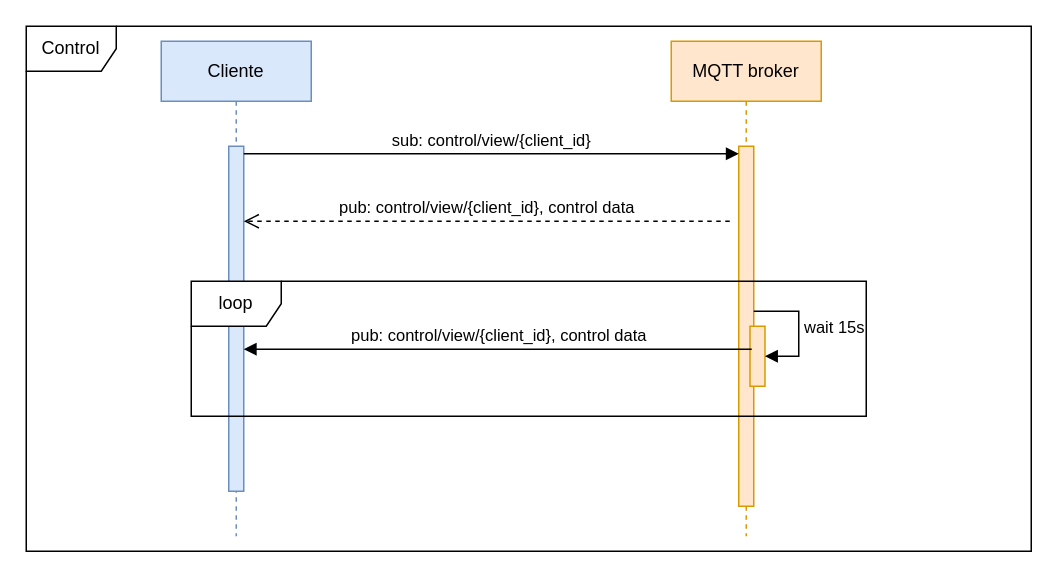
Above: docs/diagramas/secuencia/secuencia-control-view.drawio in diegojrl/TFG (draw.io), before the change. Source tidied: cells renumbered, new cells numbered last; positions are measured from the earlier drawing's top-left corner, leaving out a move shared by most shapes. Both pictures are drawn from the tidied source at 150%, with x=0, y=0 at pixel (26, 26).
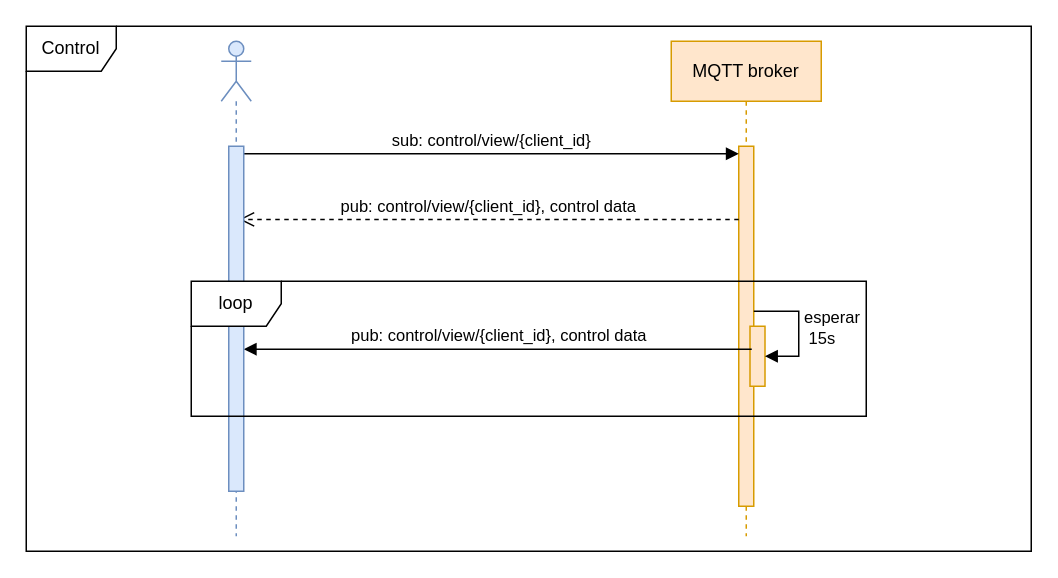
Above is the later version.

Diff of the diagram source:
```diff
@@
 <mxGraphModel>
   <root>
     <mxCell id="0" />
     <mxCell id="1" parent="0" />
-    <mxCell id="2" value="Cliente" style="shape=umlLifeline;perimeter=lifelinePerimeter;whiteSpace=wrap;html=1;newEdgeStyle={&quot;curved&quot;:0,&quot;rounded&quot;:0};fillColor=#dae8fc;strokeColor=#6c8ebf;" parent="1" vertex="1">
-      <mxGeometry x="90" y="10" width="100" height="330" as="geometry" />
-    </mxCell>
-    <mxCell id="3" style="html=1;points=[[0,0,0,0,5],[0,1,0,0,-5],[1,0,0,0,5],[1,1,0,0,-5]];perimeter=orthogonalPerimeter;outlineConnect=0;targetShapes=umlLifeline;portConstraint=eastwest;newEdgeStyle={&quot;curved&quot;:0,&quot;rounded&quot;:0};fillColor=#dae8fc;strokeColor=#6c8ebf;" parent="2" vertex="1">
-      <mxGeometry x="45" y="70" width="10" height="230" as="geometry" />
-    </mxCell>
     <mxCell id="4" value="MQTT broker" style="shape=umlLifeline;perimeter=lifelinePerimeter;whiteSpace=wrap;html=1;newEdgeStyle={&quot;curved&quot;:0,&quot;rounded&quot;:0};fillColor=#ffe6cc;strokeColor=#d79b00;" parent="1" vertex="1">
       <mxGeometry x="430" y="10" width="100" height="330" as="geometry" />
     </mxCell>
     <mxCell id="5" style="html=1;points=[[0,0,0,0,5],[0,1,0,0,-5],[1,0,0,0,5],[1,1,0,0,-5]];perimeter=orthogonalPerimeter;outlineConnect=0;targetShapes=umlLifeline;portConstraint=eastwest;newEdgeStyle={&quot;curved&quot;:0,&quot;rounded&quot;:0};fillColor=#ffe6cc;strokeColor=#d79b00;" parent="4" vertex="1">
       <mxGeometry x="45" y="70" width="10" height="240" as="geometry" />
     </mxCell>
     <mxCell id="6" value="sub: control/view/{client_id}" style="html=1;verticalAlign=bottom;endArrow=block;curved=0;rounded=0;entryX=0;entryY=0;entryDx=0;entryDy=5;" parent="1" edge="1" source="3" target="5">
       <mxGeometry relative="1" as="geometry" />
     </mxCell>
     <mxCell id="7" value="Control" style="shape=umlFrame;whiteSpace=wrap;html=1;" parent="1" vertex="1">
       <mxGeometry width="670" height="350" as="geometry" />
     </mxCell>
-    <mxCell id="8" value="pub: control/view/{client_id}, control data" style="html=1;verticalAlign=bottom;endArrow=open;dashed=1;endSize=8;curved=0;rounded=0;" parent="1" edge="1">
-      <mxGeometry relative="1" as="geometry">
-        <mxPoint x="469" y="130" as="sourcePoint" />
-        <mxPoint x="145" y="130" as="targetPoint" />
-      </mxGeometry>
+    <mxCell id="8" value="pub: control/view/{client_id}, control data" style="html=1;verticalAlign=bottom;endArrow=open;dashed=1;endSize=8;curved=0;rounded=0;entryX=0.686;entryY=0.212;entryDx=0;entryDy=0;entryPerimeter=0;" parent="1" edge="1" source="5" target="3">
+      <mxGeometry relative="1" as="geometry" />
     </mxCell>
-    <mxCell id="9" value="loop" style="shape=umlFrame;whiteSpace=wrap;html=1;" parent="1" vertex="1">
-      <mxGeometry x="110" y="170" width="450" height="90" as="geometry" />
-    </mxCell>
     <mxCell id="10" style="html=1;points=[[0,0,0,0,5],[0,1,0,0,-5],[1,0,0,0,5],[1,1,0,0,-5]];perimeter=orthogonalPerimeter;outlineConnect=0;targetShapes=umlLifeline;portConstraint=eastwest;newEdgeStyle={&quot;curved&quot;:0,&quot;rounded&quot;:0};fillColor=#ffe6cc;strokeColor=#d79b00;" parent="1" vertex="1">
       <mxGeometry x="482.5" y="200" width="10" height="40" as="geometry" />
     </mxCell>
-    <mxCell id="11" value="wait 15s" style="html=1;align=left;spacingLeft=2;endArrow=block;rounded=0;edgeStyle=orthogonalEdgeStyle;curved=0;rounded=0;" parent="1" edge="1" target="10">
+    <mxCell id="11" value="&lt;div&gt;esperar&lt;/div&gt;&lt;div&gt;&amp;nbsp;15s&lt;/div&gt;" style="html=1;align=left;spacingLeft=2;endArrow=block;rounded=0;edgeStyle=orthogonalEdgeStyle;curved=0;rounded=0;" parent="1" edge="1" target="10">
       <mxGeometry relative="1" as="geometry">
         <mxPoint x="485" y="190" as="sourcePoint" />
         <Array as="points">
           <mxPoint x="515" y="220" />
         </Array>
       </mxGeometry>
     </mxCell>
     <mxCell id="12" value="pub: control/view/{client_id}, control data" style="html=1;verticalAlign=bottom;endArrow=block;curved=0;rounded=0;exitX=0.117;exitY=0.383;exitDx=0;exitDy=0;exitPerimeter=0;" parent="1" edge="1" source="10" target="3">
       <mxGeometry relative="1" as="geometry" />
     </mxCell>
+    <mxCell id="13" style="shape=umlLifeline;perimeter=lifelinePerimeter;whiteSpace=wrap;html=1;newEdgeStyle={&quot;curved&quot;:0,&quot;rounded&quot;:0};participant=umlActor;fillColor=#dae8fc;strokeColor=#6c8ebf;" parent="1" vertex="1">
+      <mxGeometry x="130" y="10" width="20" height="330" as="geometry" />
+    </mxCell>
+    <mxCell id="3" style="html=1;points=[[0,0,0,0,5],[0,1,0,0,-5],[1,0,0,0,5],[1,1,0,0,-5]];perimeter=orthogonalPerimeter;outlineConnect=0;targetShapes=umlLifeline;portConstraint=eastwest;newEdgeStyle={&quot;curved&quot;:0,&quot;rounded&quot;:0};fillColor=#dae8fc;strokeColor=#6c8ebf;" parent="13" vertex="1">
+      <mxGeometry x="5" y="70" width="10" height="230" as="geometry" />
+    </mxCell>
+    <mxCell id="9" value="loop" style="shape=umlFrame;whiteSpace=wrap;html=1;" parent="1" vertex="1">
+      <mxGeometry x="110" y="170" width="450" height="90" as="geometry" />
+    </mxCell>
   </root>
 </mxGraphModel>
```
